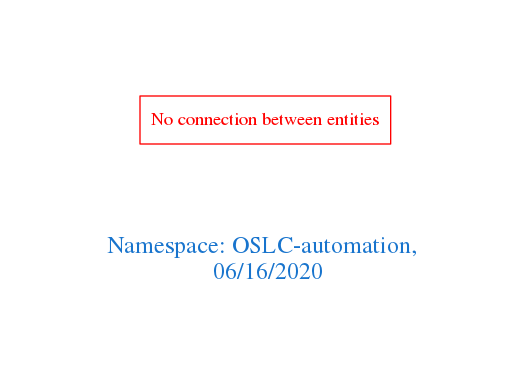
Above: downloads/OSLC-automation.png in arago/OGIT (Graphviz), before the change. Its source is kept beside it as downloads/OSLC-automation.dot. Its diagram source:
```dot
digraph OGIT_ontology {
 graph [ rankdir= LR,pad=1
fontsize = 18,
fontcolor= dodgerblue3,label = "\n\n\nNamespace: OSLC-automation, \n 06/16/2020"];
node[shape=polygon];
edge [  color="gray81"];

"No connection between entities" [fontcolor = "red",color="red", shape="polygon"]
}
```
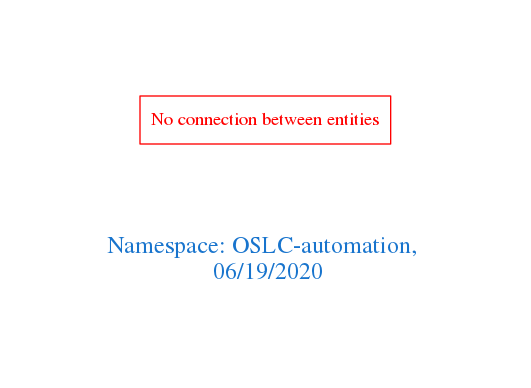
After the change.

Change to the diagram source:
```diff
@@ -1,7 +1,7 @@
 digraph OGIT_ontology {
  graph [ rankdir= LR,pad=1
 fontsize = 18,
-fontcolor= dodgerblue3,label = "\n\n\nNamespace: OSLC-automation, \n 06/16/2020"];
+fontcolor= dodgerblue3,label = "\n\n\nNamespace: OSLC-automation, \n 06/19/2020"];
 node[shape=polygon];
 edge [  color="gray81"];
 
```
